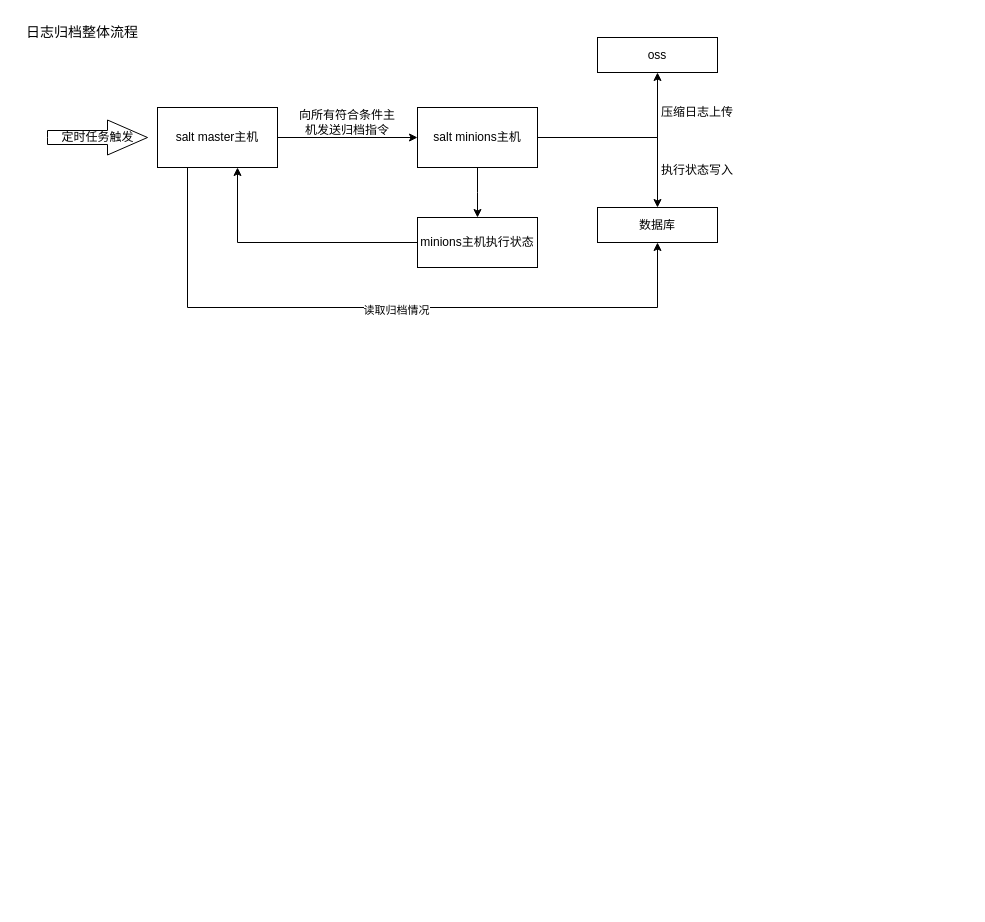
Earlier version of the draw.io diagram 日志归档.drawio (XianpengYang/draw.io). Source tidied: cells renumbered, new cells numbered last; positions are measured from the earlier drawing's top-left corner, leaving out a move shared by most shapes. Both pictures are drawn from the tidied source at 100%, with x=0, y=0 at pixel (17, 17).
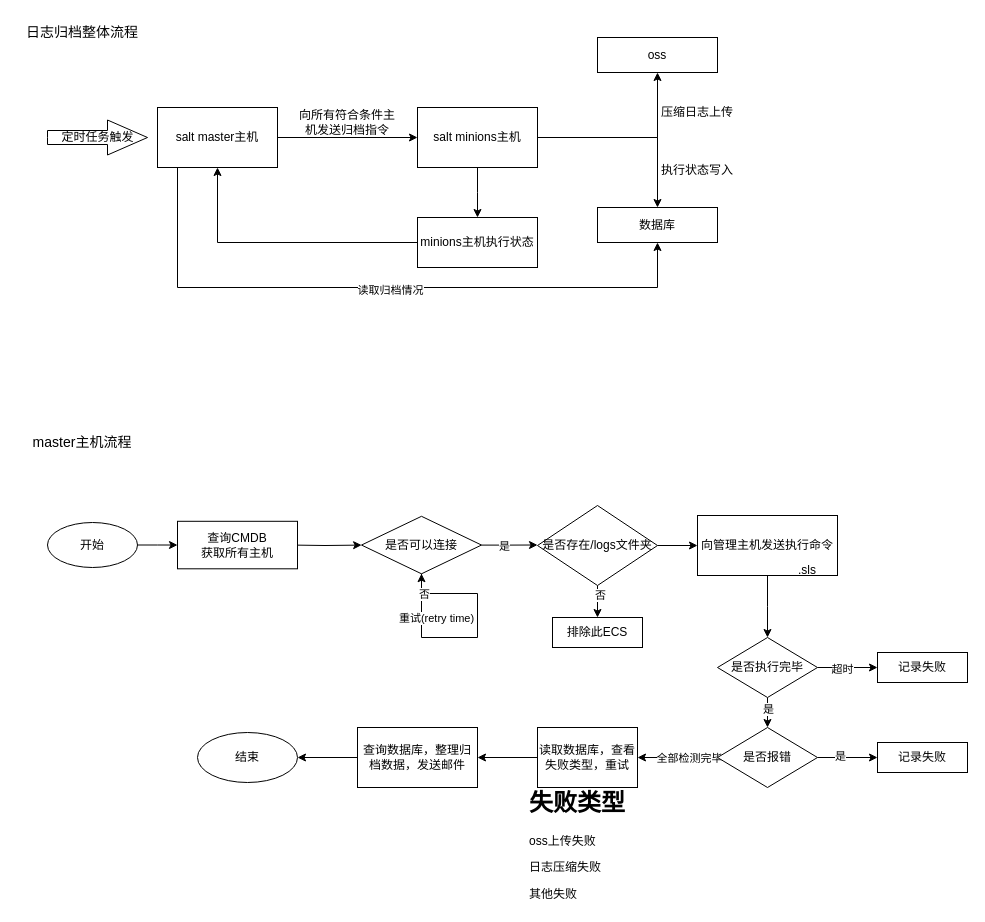
After the change.

Commit message (it also covers changes not shown here):
更新日志归档.drawio

Unchanged cells that the change refers to:
```xml
<mxCell id="6" value="salt master主机" style="rounded=0;whiteSpace=wrap;html=1;" parent="1" vertex="1">
  <mxGeometry x="140" y="90" width="120" height="60" as="geometry" />
</mxCell>
<mxCell id="13" value="数据库" style="rounded=0;whiteSpace=wrap;html=1;" parent="1" vertex="1">
  <mxGeometry x="580" y="190" width="120" height="35" as="geometry" />
</mxCell>
<mxCell id="18" value="minions主机执行状态" style="rounded=0;whiteSpace=wrap;html=1;" parent="1" vertex="1">
  <mxGeometry x="400" y="200" width="120" height="50" as="geometry" />
</mxCell>
```

The edit, as a diff of the source:
```diff
@@
     <mxCell id="4" style="edgeStyle=orthogonalEdgeStyle;rounded=0;jettySize=auto;html=1;entryX=0.5;entryY=1;entryDx=0;entryDy=0;" parent="1" edge="1" source="6" target="13">
       <mxGeometry relative="1" as="geometry">
         <Array as="points">
-          <mxPoint x="170" y="290" />
-          <mxPoint x="640" y="290" />
+          <mxPoint x="160" y="270" />
+          <mxPoint x="640" y="270" />
         </Array>
       </mxGeometry>
     </mxCell>
@@
     <mxCell id="17" style="edgeStyle=orthogonalEdgeStyle;rounded=0;jettySize=auto;html=1;" parent="1" edge="1" source="18" target="6">
-      <mxGeometry relative="1" as="geometry">
-        <Array as="points">
-          <mxPoint x="220" y="225" />
-        </Array>
-      </mxGeometry>
+      <mxGeometry relative="1" as="geometry" />
     </mxCell>
@@
+    <mxCell id="19" value="&lt;font style=&quot;font-size: 14px;&quot;&gt;master主机流程&lt;/font&gt;" style="text;html=1;align=center;verticalAlign=middle;whiteSpace=wrap;rounded=0;" parent="1" vertex="1">
+      <mxGeometry x="5" y="410" width="120" height="30" as="geometry" />
+    </mxCell>
+    <mxCell id="20" style="edgeStyle=orthogonalEdgeStyle;rounded=0;jettySize=auto;html=1;entryX=0;entryY=0.5;entryDx=0;entryDy=0;" parent="1" edge="1" source="21" target="23">
+      <mxGeometry relative="1" as="geometry" />
+    </mxCell>
+    <mxCell id="21" value="开始" style="ellipse;whiteSpace=wrap;html=1;" parent="1" vertex="1">
+      <mxGeometry x="30" y="505" width="90" height="45" as="geometry" />
+    </mxCell>
+    <mxCell id="22" style="edgeStyle=orthogonalEdgeStyle;rounded=0;jettySize=auto;html=1;" parent="1" edge="1" target="26">
+      <mxGeometry relative="1" as="geometry">
+        <mxPoint x="270" y="527.5" as="sourcePoint" />
+      </mxGeometry>
+    </mxCell>
+    <mxCell id="23" value="查询CMDB&lt;div&gt;获取所有主机&lt;/div&gt;" style="rounded=0;whiteSpace=wrap;html=1;" parent="1" vertex="1">
+      <mxGeometry x="160" y="503.8" width="120" height="47.5" as="geometry" />
+    </mxCell>
+    <mxCell id="24" style="edgeStyle=orthogonalEdgeStyle;rounded=0;jettySize=auto;html=1;" parent="1" edge="1" source="26">
+      <mxGeometry relative="1" as="geometry">
+        <mxPoint x="520" y="527.5" as="targetPoint" />
+      </mxGeometry>
+    </mxCell>
+    <mxCell id="25" value="是" style="edgeLabel;html=1;align=center;verticalAlign=middle;" parent="24" vertex="1">
+      <mxGeometry x="-0.2" y="-1" relative="1" as="geometry" />
+    </mxCell>
+    <mxCell id="26" value="是否可以连接" style="rhombus;whiteSpace=wrap;html=1;rounded=0;" parent="1" vertex="1">
+      <mxGeometry x="344" y="498.8" width="120" height="57.5" as="geometry" />
+    </mxCell>
+    <mxCell id="27" style="edgeStyle=orthogonalEdgeStyle;rounded=0;orthogonalLoop=1;jettySize=auto;html=1;entryX=0.5;entryY=1;entryDx=0;entryDy=0;" parent="1" edge="1">
+      <mxGeometry relative="1" as="geometry">
+        <mxPoint x="404" y="556.2" as="sourcePoint" />
+        <mxPoint x="404" y="556.2" as="targetPoint" />
+        <Array as="points">
+          <mxPoint x="404" y="620" />
+          <mxPoint x="460" y="620" />
+          <mxPoint x="460" y="576" />
+          <mxPoint x="404" y="576" />
+        </Array>
+      </mxGeometry>
+    </mxCell>
+    <mxCell id="28" value="重试(retry time)" style="edgeLabel;html=1;align=center;verticalAlign=middle;" parent="27" vertex="1">
+      <mxGeometry x="0.71" y="2" relative="1" as="geometry">
+        <mxPoint y="22" as="offset" />
+      </mxGeometry>
+    </mxCell>
+    <mxCell id="29" value="否" style="edgeLabel;html=1;align=center;verticalAlign=middle;" parent="27" vertex="1">
+      <mxGeometry x="0.81" relative="1" as="geometry" />
+    </mxCell>
+    <mxCell id="30" style="edgeStyle=orthogonalEdgeStyle;rounded=0;jettySize=auto;html=1;" parent="1" edge="1" source="33" target="34">
+      <mxGeometry relative="1" as="geometry" />
+    </mxCell>
+    <mxCell id="31" value="否" style="edgeLabel;html=1;align=center;verticalAlign=middle;" parent="30" vertex="1">
+      <mxGeometry x="-0.63" y="2" relative="1" as="geometry" />
+    </mxCell>
+    <mxCell id="32" style="edgeStyle=orthogonalEdgeStyle;rounded=0;jettySize=auto;html=1;" parent="1" edge="1" source="33" target="36">
+      <mxGeometry relative="1" as="geometry" />
+    </mxCell>
+    <mxCell id="33" value="是否存在/logs文件夹" style="rhombus;whiteSpace=wrap;html=1;" parent="1" vertex="1">
+      <mxGeometry x="520" y="488" width="120" height="80" as="geometry" />
+    </mxCell>
+    <mxCell id="34" value="排除此ECS" style="whiteSpace=wrap;html=1;" parent="1" vertex="1">
+      <mxGeometry x="535" y="600" width="90" height="30" as="geometry" />
+    </mxCell>
+    <mxCell id="35" style="edgeStyle=orthogonalEdgeStyle;rounded=0;jettySize=auto;html=1;" parent="1" edge="1" source="36">
+      <mxGeometry relative="1" as="geometry">
+        <mxPoint x="750" y="620" as="targetPoint" />
+      </mxGeometry>
+    </mxCell>
+    <mxCell id="36" value="向管理主机发送执行命令" style="whiteSpace=wrap;html=1;" parent="1" vertex="1">
+      <mxGeometry x="680" y="498" width="140" height="60" as="geometry" />
+    </mxCell>
+    <mxCell id="37" value=".sls" style="text;html=1;align=center;verticalAlign=middle;whiteSpace=wrap;rounded=0;" parent="1" vertex="1">
+      <mxGeometry x="760" y="538" width="60" height="30" as="geometry" />
+    </mxCell>
+    <mxCell id="38" style="edgeStyle=orthogonalEdgeStyle;rounded=0;jettySize=auto;html=1;" parent="1" edge="1" source="42" target="47">
+      <mxGeometry relative="1" as="geometry" />
+    </mxCell>
+    <mxCell id="39" value="是" style="edgeLabel;html=1;align=center;verticalAlign=middle;" parent="38" vertex="1">
+      <mxGeometry x="0.24" relative="1" as="geometry" />
+    </mxCell>
+    <mxCell id="40" style="edgeStyle=orthogonalEdgeStyle;rounded=0;jettySize=auto;html=1;" parent="1" edge="1" source="42" target="48">
+      <mxGeometry relative="1" as="geometry" />
+    </mxCell>
+    <mxCell id="41" value="超时" style="edgeLabel;html=1;align=center;verticalAlign=middle;" parent="40" vertex="1">
+      <mxGeometry x="-0.21" y="-1" relative="1" as="geometry" />
+    </mxCell>
+    <mxCell id="42" value="是否执行完毕" style="rhombus;whiteSpace=wrap;html=1;" parent="1" vertex="1">
+      <mxGeometry x="700" y="620" width="100" height="60" as="geometry" />
+    </mxCell>
+    <mxCell id="43" style="edgeStyle=orthogonalEdgeStyle;rounded=0;jettySize=auto;html=1;" parent="1" edge="1" source="47" target="49">
+      <mxGeometry relative="1" as="geometry" />
+    </mxCell>
+    <mxCell id="44" value="是" style="edgeLabel;html=1;align=center;verticalAlign=middle;" parent="43" vertex="1">
+      <mxGeometry x="-0.26" y="2" relative="1" as="geometry" />
+    </mxCell>
+    <mxCell id="45" style="edgeStyle=orthogonalEdgeStyle;rounded=0;jettySize=auto;html=1;" parent="1" edge="1" source="47">
+      <mxGeometry relative="1" as="geometry">
+        <mxPoint x="620" y="740" as="targetPoint" />
+      </mxGeometry>
+    </mxCell>
+    <mxCell id="46" value="全部检测完毕" style="edgeLabel;html=1;align=center;verticalAlign=middle;" parent="45" vertex="1">
+      <mxGeometry x="-0.28" relative="1" as="geometry" />
+    </mxCell>
+    <mxCell id="47" value="是否报错" style="rhombus;whiteSpace=wrap;html=1;" parent="1" vertex="1">
+      <mxGeometry x="700" y="710" width="100" height="60" as="geometry" />
+    </mxCell>
+    <mxCell id="48" value="记录失败" style="whiteSpace=wrap;html=1;" parent="1" vertex="1">
+      <mxGeometry x="860" y="635" width="90" height="30" as="geometry" />
+    </mxCell>
+    <mxCell id="49" value="记录失败" style="whiteSpace=wrap;html=1;" parent="1" vertex="1">
+      <mxGeometry x="860" y="725" width="90" height="30" as="geometry" />
+    </mxCell>
+    <mxCell id="50" style="edgeStyle=orthogonalEdgeStyle;rounded=0;jettySize=auto;html=1;" parent="1" edge="1" source="51" target="53">
+      <mxGeometry relative="1" as="geometry" />
+    </mxCell>
+    <mxCell id="51" value="读取数据库，查看失败类型，重试" style="whiteSpace=wrap;html=1;" parent="1" vertex="1">
+      <mxGeometry x="520" y="710" width="100" height="60" as="geometry" />
+    </mxCell>
+    <mxCell id="52" style="edgeStyle=orthogonalEdgeStyle;rounded=0;jettySize=auto;html=1;" parent="1" edge="1" source="53" target="54">
+      <mxGeometry relative="1" as="geometry" />
+    </mxCell>
+    <mxCell id="53" value="查询数据库，整理归档数据，发送邮件" style="whiteSpace=wrap;html=1;" parent="1" vertex="1">
+      <mxGeometry x="340" y="710" width="120" height="60" as="geometry" />
+    </mxCell>
+    <mxCell id="54" value="结束" style="ellipse;whiteSpace=wrap;html=1;" parent="1" vertex="1">
+      <mxGeometry x="180" y="715" width="100" height="50" as="geometry" />
+    </mxCell>
+    <mxCell id="55" value="&lt;h1 style=&quot;margin-top: 0px;&quot;&gt;失败类型&lt;/h1&gt;&lt;p&gt;oss上传失败&amp;nbsp;&lt;/p&gt;&lt;p&gt;日志压缩失败&lt;/p&gt;&lt;p&gt;其他失败&lt;/p&gt;" style="text;html=1;whiteSpace=wrap;overflow=hidden;rounded=0;" parent="1" vertex="1">
+      <mxGeometry x="510" y="765" width="180" height="120" as="geometry" />
+    </mxCell>
```
